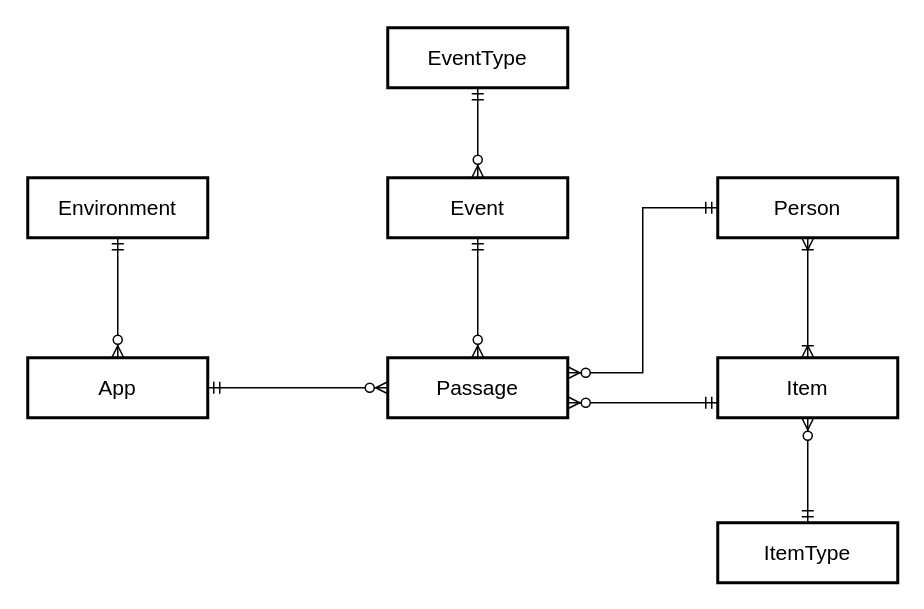
apm1005/TFG keeps this draw.io diagram as page "ER" (1 of 2) of documentation/models/db_model.drawio. Above is the earlier version. Source tidied: cells renumbered, new cells numbered last; positions are measured from the earlier drawing's top-left corner, leaving out a move shared by most shapes. Both pictures are drawn from the tidied source at 150%, with x=0, y=0 at pixel (27, 27).
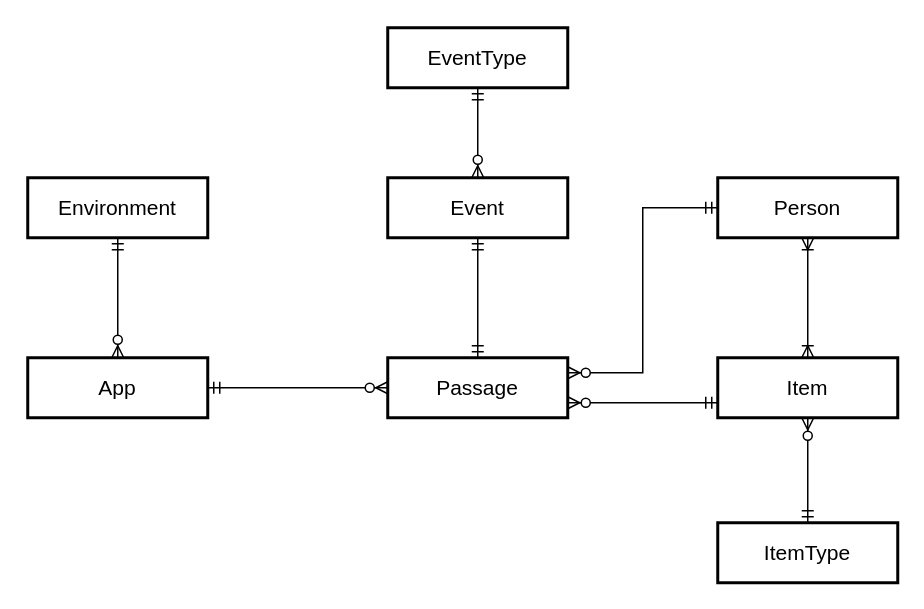
After the change.

The change refers to these unchanged cells:
```xml
<mxCell id="9" value="Event" style="strokeWidth=2;whiteSpace=wrap;html=1;align=center;fontSize=14;" parent="1" vertex="1">
  <mxGeometry x="240" y="100" width="120" height="40" as="geometry" />
</mxCell>
<mxCell id="14" value="Passage" style="strokeWidth=2;whiteSpace=wrap;html=1;align=center;fontSize=14;" parent="1" vertex="1">
  <mxGeometry x="240" y="220" width="120" height="40" as="geometry" />
</mxCell>
```

The edit, as a diff of the source:
```diff
@@
-    <mxCell id="7" style="edgeStyle=orthogonalEdgeStyle;rounded=0;jettySize=auto;html=1;exitX=0.5;exitY=1;exitDx=0;exitDy=0;entryX=0.5;entryY=0;entryDx=0;entryDy=0;startArrow=ERmandOne;startFill=0;endArrow=ERzeroToMany;endFill=1;" parent="1" edge="1" source="9" target="14">
+    <mxCell id="7" style="edgeStyle=orthogonalEdgeStyle;rounded=0;jettySize=auto;html=1;exitX=0.5;exitY=1;exitDx=0;exitDy=0;entryX=0.5;entryY=0;entryDx=0;entryDy=0;startArrow=ERmandOne;startFill=0;endArrow=ERmandOne;endFill=0;" parent="1" edge="1" source="9" target="14">
       <mxGeometry relative="1" as="geometry" />
     </mxCell>
```
